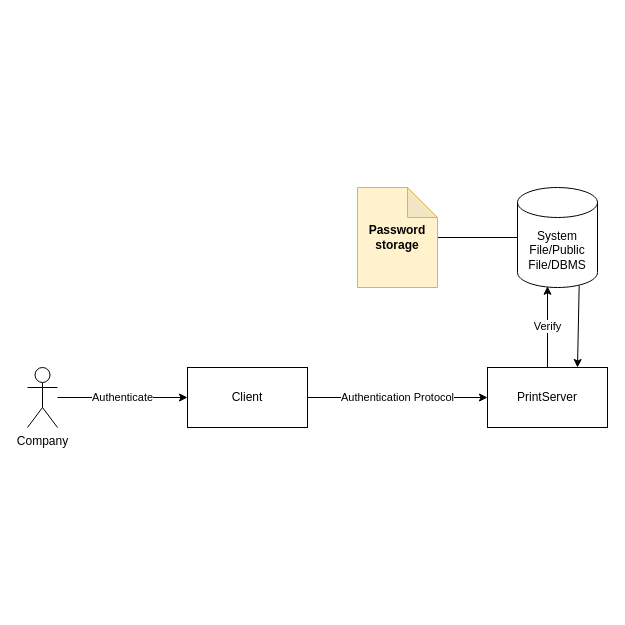
This is Design.drawio from patricklopdrup/Authentication-RMI, a draw.io file, before an edit. Source tidied: cells renumbered, new cells numbered last; positions are measured from the earlier drawing's top-left corner, leaving out a move shared by most shapes. Both pictures are drawn from the tidied source at 100%, with x=0, y=0 at pixel (27, 187).
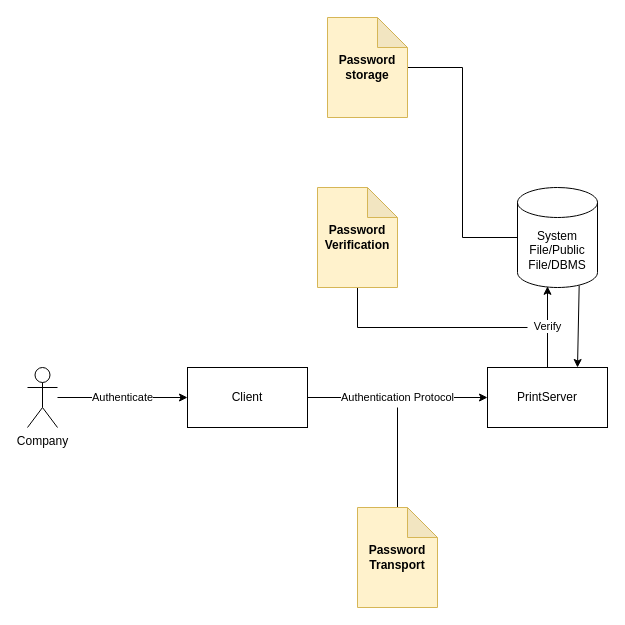
After the change.

Commit message:
changed design diagram

Diff of the diagram source:
```diff
@@
 <mxGraphModel>
   <root>
     <mxCell id="0" />
     <mxCell id="1" parent="0" />
     <mxCell id="2" value="Authenticate" style="edgeStyle=orthogonalEdgeStyle;rounded=0;jettySize=auto;html=1;entryX=0;entryY=0.5;entryDx=0;entryDy=0;" parent="1" edge="1" source="3" target="5">
       <mxGeometry relative="1" as="geometry" />
     </mxCell>
     <mxCell id="3" value="Company" style="shape=umlActor;verticalLabelPosition=bottom;verticalAlign=top;html=1;outlineConnect=0;" parent="1" vertex="1">
       <mxGeometry y="180" width="30" height="60" as="geometry" />
     </mxCell>
     <mxCell id="4" value="Authentication Protocol" style="edgeStyle=orthogonalEdgeStyle;rounded=0;jettySize=auto;html=1;" parent="1" edge="1" source="5" target="7">
       <mxGeometry relative="1" as="geometry" />
     </mxCell>
     <mxCell id="5" value="Client" style="rounded=0;whiteSpace=wrap;html=1;" parent="1" vertex="1">
       <mxGeometry x="160" y="180" width="120" height="60" as="geometry" />
     </mxCell>
     <mxCell id="6" value="Verify" style="edgeStyle=orthogonalEdgeStyle;rounded=0;jettySize=auto;html=1;entryX=0.375;entryY=0.988;entryDx=0;entryDy=0;entryPerimeter=0;" parent="1" edge="1" source="7" target="9">
       <mxGeometry relative="1" as="geometry" />
     </mxCell>
     <mxCell id="7" value="PrintServer" style="rounded=0;whiteSpace=wrap;html=1;" parent="1" vertex="1">
       <mxGeometry x="460" y="180" width="120" height="60" as="geometry" />
     </mxCell>
     <mxCell id="8" style="endArrow=classic;html=1;exitX=0.771;exitY=0.98;exitDx=0;exitDy=0;entryX=0.75;entryY=0;entryDx=0;entryDy=0;exitPerimeter=0;" parent="1" edge="1" source="9" target="7">
       <mxGeometry relative="1" as="geometry" />
     </mxCell>
     <mxCell id="9" value="&lt;span&gt;System File/Public File/DBMS&lt;/span&gt;" style="shape=cylinder3;whiteSpace=wrap;html=1;boundedLbl=1;backgroundOutline=1;size=15;" parent="1" vertex="1">
       <mxGeometry x="490" width="80" height="100" as="geometry" />
     </mxCell>
     <mxCell id="10" style="edgeStyle=orthogonalEdgeStyle;rounded=0;jettySize=auto;html=1;entryX=0;entryY=0.5;entryDx=0;entryDy=0;entryPerimeter=0;endArrow=none;endFill=0;" parent="1" edge="1" source="11" target="9">
       <mxGeometry relative="1" as="geometry" />
     </mxCell>
     <mxCell id="11" value="&lt;b&gt;Password storage&lt;/b&gt;" style="shape=note;whiteSpace=wrap;html=1;backgroundOutline=1;darkOpacity=0.05;fillColor=#fff2cc;strokeColor=#d6b656;" parent="1" vertex="1">
-      <mxGeometry x="330" width="80" height="100" as="geometry" />
+      <mxGeometry x="300" y="-170" width="80" height="100" as="geometry" />
     </mxCell>
+    <mxCell id="12" style="edgeStyle=orthogonalEdgeStyle;rounded=0;jettySize=auto;html=1;endArrow=none;endFill=0;" parent="1" edge="1" source="13">
+      <mxGeometry relative="1" as="geometry">
+        <mxPoint x="500" y="140" as="targetPoint" />
+        <Array as="points">
+          <mxPoint x="330" y="140" />
+        </Array>
+      </mxGeometry>
+    </mxCell>
+    <mxCell id="13" value="&lt;b&gt;Password Verification&lt;/b&gt;" style="shape=note;whiteSpace=wrap;html=1;backgroundOutline=1;darkOpacity=0.05;fillColor=#fff2cc;strokeColor=#d6b656;" parent="1" vertex="1">
+      <mxGeometry x="290" width="80" height="100" as="geometry" />
+    </mxCell>
+    <mxCell id="14" style="edgeStyle=orthogonalEdgeStyle;rounded=0;jettySize=auto;html=1;endArrow=none;endFill=0;" parent="1" edge="1" source="15">
+      <mxGeometry relative="1" as="geometry">
+        <mxPoint x="370" y="220" as="targetPoint" />
+      </mxGeometry>
+    </mxCell>
+    <mxCell id="15" value="&lt;b&gt;Password Transport&lt;/b&gt;" style="shape=note;whiteSpace=wrap;html=1;backgroundOutline=1;darkOpacity=0.05;fillColor=#fff2cc;strokeColor=#d6b656;" parent="1" vertex="1">
+      <mxGeometry x="330" y="320" width="80" height="100" as="geometry" />
+    </mxCell>
   </root>
 </mxGraphModel>
```
